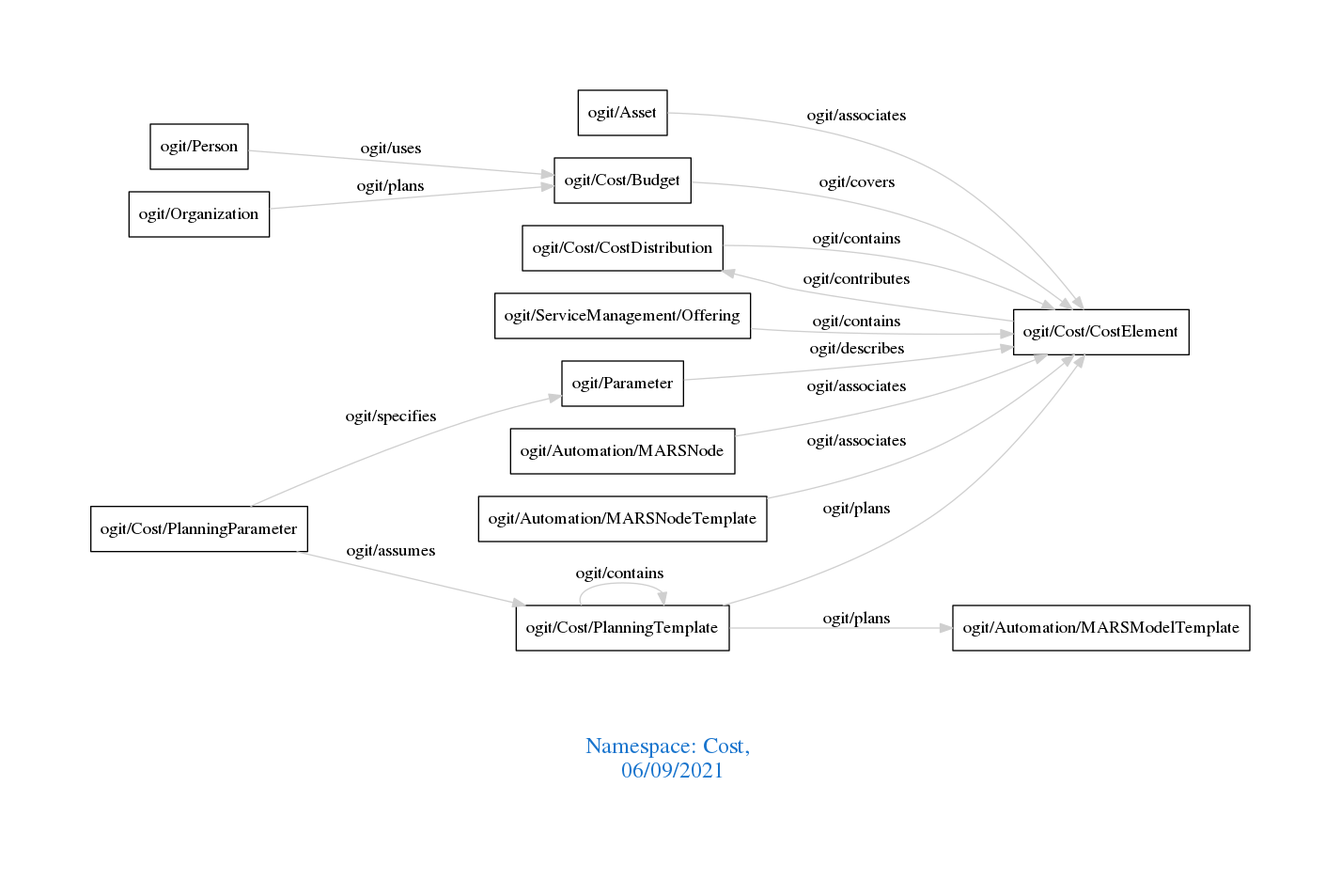
Earlier version of the Graphviz export downloads/Cost.png (arago/OGIT). Its source is kept beside it as downloads/Cost.dot.
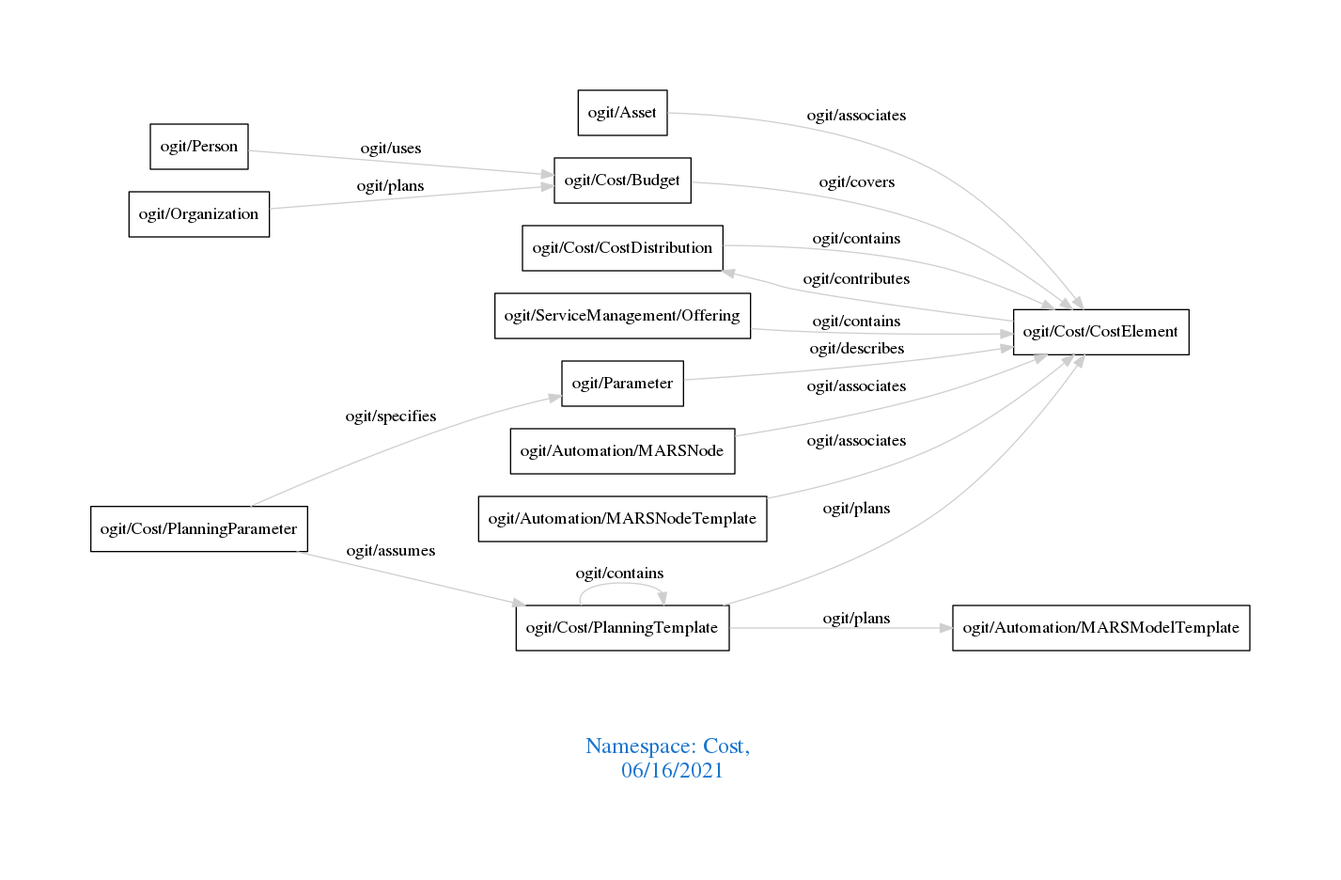
After the commit.

The edit, as a diff of the source:
```diff
@@ -1,7 +1,7 @@
 digraph OGIT_ontology {
  graph [ rankdir= LR,pad=1
 fontsize = 18,
-fontcolor= dodgerblue3,label = "\n\n\nNamespace: Cost, \n 06/09/2021"];
+fontcolor= dodgerblue3,label = "\n\n\nNamespace: Cost, \n 06/16/2021"];
 node[shape=polygon];
 edge [  color="gray81"];
 
```
